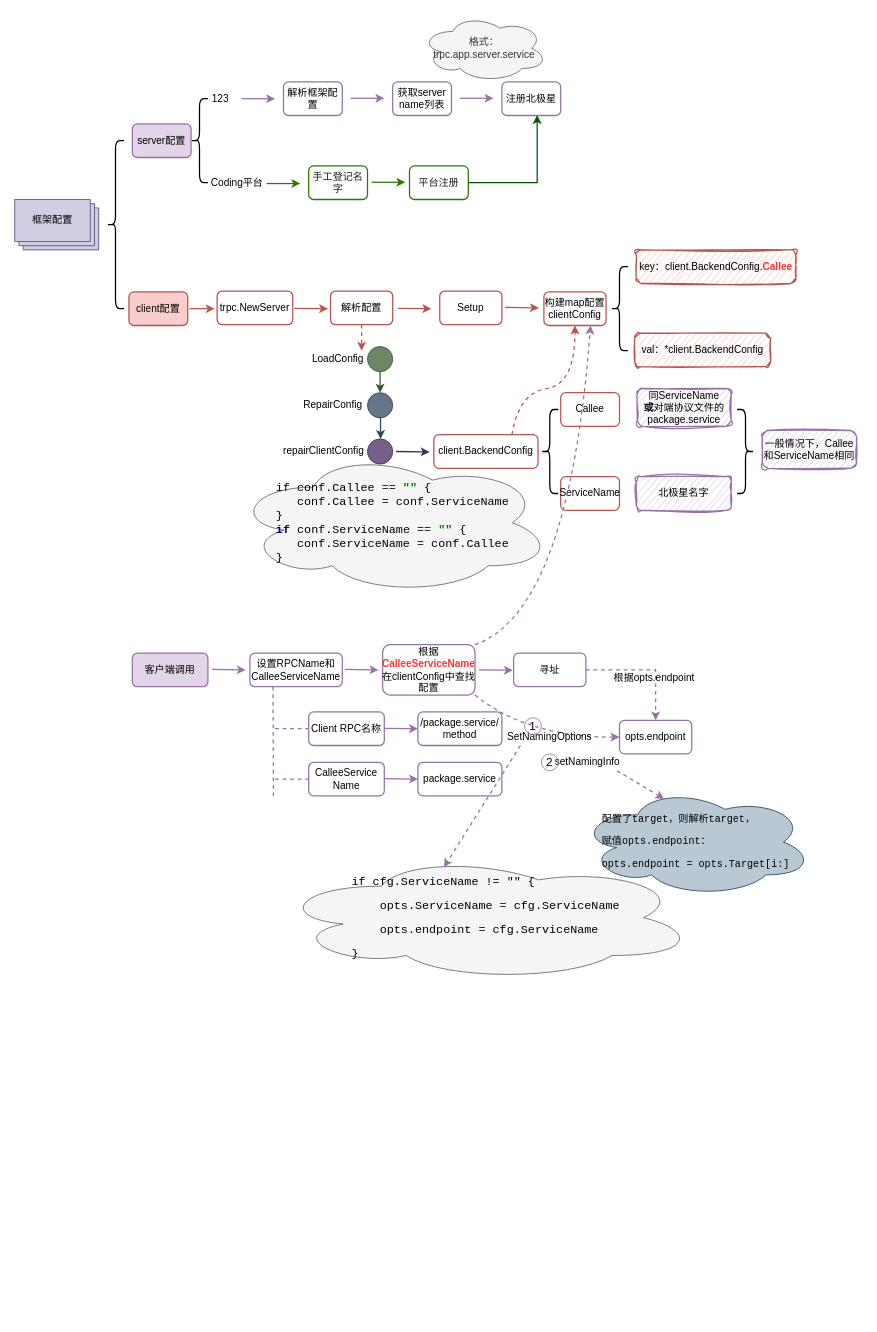
Earlier version of the draw.io diagram base/trpc-go配置.drawio (melonshell/draw.io). Source tidied: cells renumbered, new cells numbered last; positions are measured from the earlier drawing's top-left corner, leaving out a move shared by most shapes. Both pictures are drawn from the tidied source at 84%, with x=0, y=0 at pixel (14, 14).
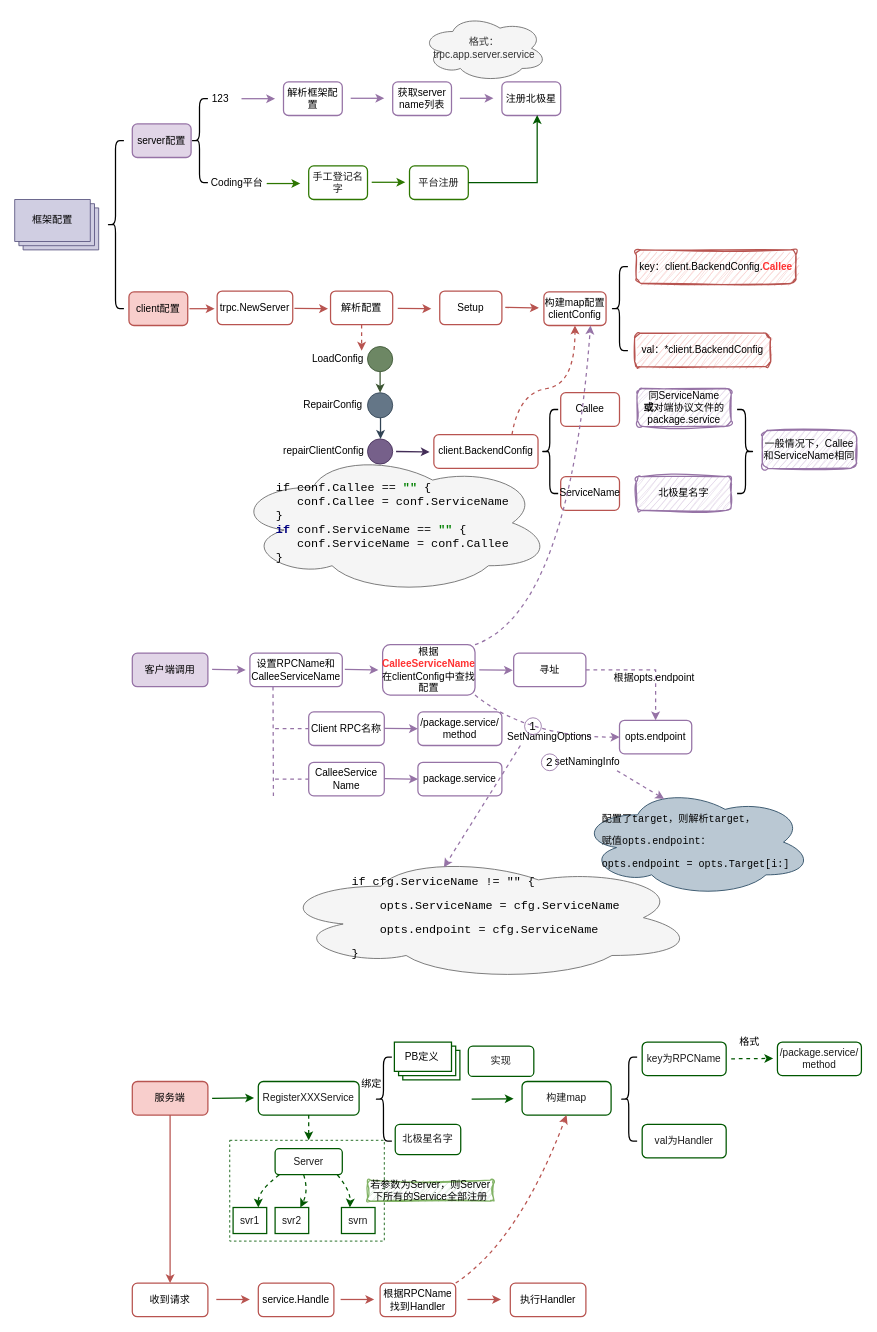
The same page after the edit.

Change to the diagram source:
```diff
@@
+    <mxCell id="83" style="rounded=0;whiteSpace=wrap;html=1;fillColor=none;fontColor=#ffffff;strokeColor=#005700;dashed=1;" parent="1" vertex="1">
+      <mxGeometry x="256" y="1340" width="184" height="120" as="geometry" />
+    </mxCell>
@@
+    <mxCell id="84" value="服务端" style="rounded=1;whiteSpace=wrap;html=1;strokeWidth=1.5;fillColor=#f8cecc;strokeColor=#b85450;" parent="1" vertex="1">
+      <mxGeometry x="140" y="1270" width="90" height="40" as="geometry" />
+    </mxCell>
+    <mxCell id="85" value="&lt;font color=&quot;#1a1a1a&quot;&gt;RegisterXXXService&lt;/font&gt;" style="rounded=1;whiteSpace=wrap;html=1;strokeWidth=1.5;fillColor=none;strokeColor=#005700;fontColor=#ffffff;" parent="1" vertex="1">
+      <mxGeometry x="290" y="1270" width="120" height="40" as="geometry" />
+    </mxCell>
+    <mxCell id="86" style="endArrow=classic;html=1;rounded=0;strokeWidth=1.5;fillColor=#008a00;strokeColor=#005700;" parent="1" edge="1">
+      <mxGeometry relative="1" as="geometry">
+        <mxPoint x="235" y="1290" as="sourcePoint" />
+        <mxPoint x="285" y="1289.5" as="targetPoint" />
+      </mxGeometry>
+    </mxCell>
+    <mxCell id="87" style="verticalLabelPosition=bottom;verticalAlign=top;html=1;shape=mxgraph.basic.layered_rect;dx=10;whiteSpace=wrap;fillColor=default;fontColor=#ffffff;strokeColor=#005700;strokeWidth=1.5;" parent="1" vertex="1">
+      <mxGeometry x="452" y="1223" width="78" height="45" as="geometry" />
+    </mxCell>
+    <mxCell id="88" value="&lt;font color=&quot;#1a1a1a&quot;&gt;北极星名字&lt;/font&gt;" style="rounded=1;whiteSpace=wrap;html=1;strokeWidth=1.5;fillColor=none;strokeColor=#005700;fontColor=#ffffff;" parent="1" vertex="1">
+      <mxGeometry x="453" y="1321" width="78" height="36" as="geometry" />
+    </mxCell>
+    <mxCell id="89" value="绑定" style="rounded=0;whiteSpace=wrap;html=1;strokeWidth=1.5;fillColor=none;strokeColor=none;" parent="1" vertex="1">
+      <mxGeometry x="403" y="1260" width="44" height="25" as="geometry" />
+    </mxCell>
+    <mxCell id="90" style="shape=curlyBracket;whiteSpace=wrap;html=1;rounded=1;labelPosition=left;verticalLabelPosition=middle;align=right;verticalAlign=middle;strokeWidth=1.5;" parent="1" vertex="1">
+      <mxGeometry x="429" y="1241" width="20" height="100" as="geometry" />
+    </mxCell>
+    <mxCell id="91" value="收到请求" style="rounded=1;whiteSpace=wrap;html=1;strokeWidth=1.5;fillColor=none;strokeColor=#b85450;" parent="1" vertex="1">
+      <mxGeometry x="140" y="1510" width="90" height="40" as="geometry" />
+    </mxCell>
+    <mxCell id="92" style="endArrow=classic;html=1;rounded=0;strokeWidth=1.5;fillColor=#f8cecc;strokeColor=#b85450;exitX=0.5;exitY=1;exitDx=0;exitDy=0;entryX=0.5;entryY=0;entryDx=0;entryDy=0;" parent="1" edge="1" source="84" target="91">
+      <mxGeometry relative="1" as="geometry" />
+    </mxCell>
+    <mxCell id="93" value="PB定义" style="rounded=0;whiteSpace=wrap;html=1;strokeWidth=1.5;fillColor=none;strokeColor=none;" parent="1" vertex="1">
+      <mxGeometry x="463" y="1228" width="44" height="25" as="geometry" />
+    </mxCell>
+    <mxCell id="94" value="&lt;font color=&quot;#1a1a1a&quot;&gt;/package.service/&lt;br&gt;method&lt;/font&gt;" style="rounded=1;whiteSpace=wrap;html=1;strokeWidth=1.5;fillColor=none;strokeColor=#005700;fontColor=#ffffff;" parent="1" vertex="1">
+      <mxGeometry x="908" y="1223" width="100" height="40" as="geometry" />
+    </mxCell>
+    <mxCell id="95" style="endArrow=classic;html=1;rounded=0;strokeWidth=1.5;fillColor=#008a00;strokeColor=#005700;" parent="1" edge="1">
+      <mxGeometry relative="1" as="geometry">
+        <mxPoint x="544" y="1291" as="sourcePoint" />
+        <mxPoint x="594" y="1290.5" as="targetPoint" />
+      </mxGeometry>
+    </mxCell>
+    <mxCell id="96" value="&lt;font color=&quot;#1a1a1a&quot;&gt;构建map&lt;/font&gt;" style="rounded=1;whiteSpace=wrap;html=1;strokeWidth=1.5;fillColor=none;strokeColor=#005700;fontColor=#ffffff;" parent="1" vertex="1">
+      <mxGeometry x="604" y="1270" width="106" height="40" as="geometry" />
+    </mxCell>
+    <mxCell id="97" style="shape=curlyBracket;whiteSpace=wrap;html=1;rounded=1;labelPosition=left;verticalLabelPosition=middle;align=right;verticalAlign=middle;strokeWidth=1.5;size=0.5;" parent="1" vertex="1">
+      <mxGeometry x="721" y="1241" width="20" height="100" as="geometry" />
+    </mxCell>
+    <mxCell id="98" value="&lt;font color=&quot;#1a1a1a&quot;&gt;key为RPCName&lt;/font&gt;" style="rounded=1;whiteSpace=wrap;html=1;strokeWidth=1.5;fillColor=none;strokeColor=#005700;fontColor=#ffffff;" parent="1" vertex="1">
+      <mxGeometry x="747" y="1223" width="100" height="40" as="geometry" />
+    </mxCell>
+    <mxCell id="99" style="endArrow=classic;html=1;rounded=0;strokeWidth=1.5;fillColor=#008a00;strokeColor=#005700;dashed=1;" parent="1" edge="1">
+      <mxGeometry relative="1" as="geometry">
+        <mxPoint x="853" y="1243" as="sourcePoint" />
+        <mxPoint x="903" y="1242.5" as="targetPoint" />
+      </mxGeometry>
+    </mxCell>
+    <mxCell id="100" value="&lt;font color=&quot;#1a1a1a&quot;&gt;val为Handler&lt;/font&gt;" style="rounded=1;whiteSpace=wrap;html=1;strokeWidth=1.5;fillColor=none;strokeColor=#005700;fontColor=#ffffff;" parent="1" vertex="1">
+      <mxGeometry x="747" y="1321" width="100" height="40" as="geometry" />
+    </mxCell>
+    <mxCell id="101" value="service.Handle" style="rounded=1;whiteSpace=wrap;html=1;strokeWidth=1.5;fillColor=none;strokeColor=#b85450;" parent="1" vertex="1">
+      <mxGeometry x="290" y="1510" width="90" height="40" as="geometry" />
+    </mxCell>
+    <mxCell id="102" style="endArrow=classic;html=1;rounded=0;strokeWidth=1.5;fillColor=#f8cecc;strokeColor=#b85450;exitX=0.5;exitY=1;exitDx=0;exitDy=0;" parent="1" edge="1">
+      <mxGeometry relative="1" as="geometry">
+        <mxPoint x="240" y="1529.5" as="sourcePoint" />
+        <mxPoint x="280" y="1529.5" as="targetPoint" />
+      </mxGeometry>
+    </mxCell>
+    <mxCell id="103" value="根据RPCName找到Handler" style="rounded=1;whiteSpace=wrap;html=1;strokeWidth=1.5;fillColor=none;strokeColor=#b85450;" parent="1" vertex="1">
+      <mxGeometry x="435" y="1510" width="90" height="40" as="geometry" />
+    </mxCell>
+    <mxCell id="104" style="endArrow=classic;html=1;rounded=0;strokeWidth=1.5;fillColor=#f8cecc;strokeColor=#b85450;exitX=0.5;exitY=1;exitDx=0;exitDy=0;" parent="1" edge="1">
+      <mxGeometry relative="1" as="geometry">
+        <mxPoint x="388" y="1529.5" as="sourcePoint" />
+        <mxPoint x="428" y="1529.5" as="targetPoint" />
+      </mxGeometry>
+    </mxCell>
+    <mxCell id="105" style="curved=1;endArrow=classic;html=1;rounded=0;strokeWidth=1.5;fontSize=12;fontColor=#1A1A1A;exitX=1;exitY=0;exitDx=0;exitDy=0;dashed=1;fillColor=#f8cecc;strokeColor=#b85450;entryX=0.5;entryY=1;entryDx=0;entryDy=0;" parent="1" edge="1" source="103" target="96">
+      <mxGeometry relative="1" as="geometry">
+        <Array as="points">
+          <mxPoint x="600" y="1460" />
+        </Array>
+      </mxGeometry>
+    </mxCell>
+    <mxCell id="106" value="格式" style="rounded=0;whiteSpace=wrap;html=1;strokeWidth=1.5;fillColor=none;strokeColor=none;" parent="1" vertex="1">
+      <mxGeometry x="853" y="1210" width="44" height="25" as="geometry" />
+    </mxCell>
+    <mxCell id="107" value="执行Handler" style="rounded=1;whiteSpace=wrap;html=1;strokeWidth=1.5;fillColor=none;strokeColor=#b85450;" parent="1" vertex="1">
+      <mxGeometry x="590" y="1510" width="90" height="40" as="geometry" />
+    </mxCell>
+    <mxCell id="108" style="endArrow=classic;html=1;rounded=0;strokeWidth=1.5;fillColor=#f8cecc;strokeColor=#b85450;exitX=0.5;exitY=1;exitDx=0;exitDy=0;" parent="1" edge="1">
+      <mxGeometry relative="1" as="geometry">
+        <mxPoint x="539" y="1529.5" as="sourcePoint" />
+        <mxPoint x="579" y="1529.5" as="targetPoint" />
+      </mxGeometry>
+    </mxCell>
+    <mxCell id="109" value="&lt;font color=&quot;#1a1a1a&quot;&gt;实现&lt;/font&gt;" style="rounded=1;whiteSpace=wrap;html=1;strokeWidth=1.5;fillColor=none;strokeColor=#005700;fontColor=#ffffff;" parent="1" vertex="1">
+      <mxGeometry x="540" y="1228" width="78" height="36" as="geometry" />
+    </mxCell>
+    <mxCell id="110" value="&lt;font color=&quot;#1a1a1a&quot;&gt;Server&lt;/font&gt;" style="rounded=1;whiteSpace=wrap;html=1;strokeWidth=1.5;fillColor=none;strokeColor=#005700;fontColor=#ffffff;" parent="1" vertex="1">
+      <mxGeometry x="310" y="1350" width="80" height="31" as="geometry" />
+    </mxCell>
+    <mxCell id="111" value="&lt;font color=&quot;#1a1a1a&quot;&gt;svr1&lt;/font&gt;" style="rounded=0;whiteSpace=wrap;html=1;strokeWidth=1.5;fillColor=none;fontColor=#ffffff;strokeColor=#005700;" parent="1" vertex="1">
+      <mxGeometry x="260" y="1420" width="40" height="31" as="geometry" />
+    </mxCell>
+    <mxCell id="112" value="&lt;font color=&quot;#1a1a1a&quot;&gt;svr2&lt;/font&gt;" style="rounded=0;whiteSpace=wrap;html=1;strokeWidth=1.5;fillColor=none;fontColor=#ffffff;strokeColor=#005700;" parent="1" vertex="1">
+      <mxGeometry x="310" y="1420" width="40" height="31" as="geometry" />
+    </mxCell>
+    <mxCell id="113" value="&lt;font color=&quot;#1a1a1a&quot;&gt;svrn&lt;/font&gt;" style="rounded=0;whiteSpace=wrap;html=1;strokeWidth=1.5;fillColor=none;fontColor=#ffffff;strokeColor=#005700;" parent="1" vertex="1">
+      <mxGeometry x="389" y="1420" width="40" height="31" as="geometry" />
+    </mxCell>
+    <mxCell id="114" style="curved=1;endArrow=classic;html=1;rounded=0;strokeWidth=1.5;fontSize=12;fontColor=#1A1A1A;exitX=0.5;exitY=1;exitDx=0;exitDy=0;dashed=1;fillColor=#008a00;strokeColor=#005700;" parent="1" edge="1" source="85">
+      <mxGeometry relative="1" as="geometry">
+        <mxPoint x="350" y="1340" as="targetPoint" />
+      </mxGeometry>
+    </mxCell>
+    <mxCell id="115" style="curved=1;endArrow=classic;html=1;rounded=0;strokeWidth=1.5;fontSize=12;fontColor=#1A1A1A;exitX=0.5;exitY=1;exitDx=0;exitDy=0;dashed=1;fillColor=#008a00;strokeColor=#005700;entryX=0.25;entryY=0;entryDx=0;entryDy=0;" parent="1" edge="1" target="113">
+      <mxGeometry relative="1" as="geometry">
+        <mxPoint x="384" y="1381" as="sourcePoint" />
+        <Array as="points">
+          <mxPoint x="400" y="1400" />
+        </Array>
+      </mxGeometry>
+    </mxCell>
+    <mxCell id="116" style="curved=1;endArrow=classic;html=1;rounded=0;strokeWidth=1.5;fontSize=12;fontColor=#1A1A1A;exitX=0.5;exitY=1;exitDx=0;exitDy=0;dashed=1;fillColor=#008a00;strokeColor=#005700;entryX=0.75;entryY=0;entryDx=0;entryDy=0;" parent="1" edge="1" target="112">
+      <mxGeometry relative="1" as="geometry">
+        <mxPoint x="344" y="1381" as="sourcePoint" />
+        <Array as="points">
+          <mxPoint x="350" y="1400" />
+        </Array>
+      </mxGeometry>
+    </mxCell>
+    <mxCell id="117" style="curved=1;endArrow=classic;html=1;rounded=0;strokeWidth=1.5;fontSize=12;fontColor=#1A1A1A;exitX=0.5;exitY=1;exitDx=0;exitDy=0;dashed=1;fillColor=#008a00;strokeColor=#005700;entryX=0.75;entryY=0;entryDx=0;entryDy=0;" parent="1" edge="1" target="111">
+      <mxGeometry relative="1" as="geometry">
+        <mxPoint x="315" y="1381" as="sourcePoint" />
+        <Array as="points">
+          <mxPoint x="290" y="1400" />
+        </Array>
+      </mxGeometry>
+    </mxCell>
+    <mxCell id="118" value="若参数为Server，则Server下所有的Service全部注册" style="rounded=1;whiteSpace=wrap;html=1;strokeWidth=1.5;fillColor=#d5e8d4;strokeColor=#82b366;sketch=1;curveFitting=1;jiggle=2;" parent="1" vertex="1">
+      <mxGeometry x="420" y="1387.5" width="150" height="25" as="geometry" />
+    </mxCell>
```
